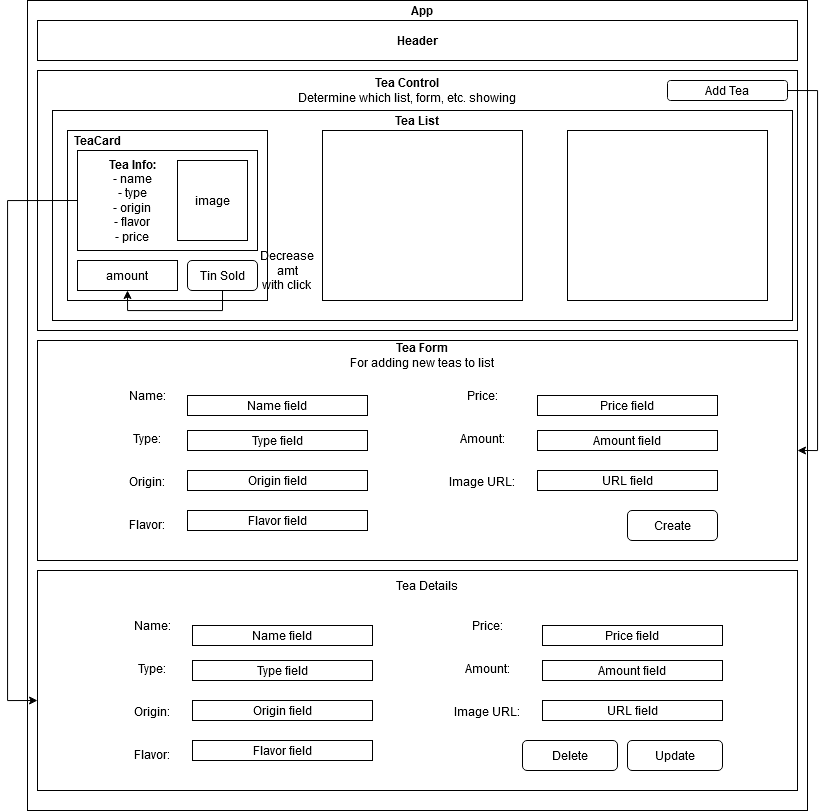
The draw.io diagram public/Component-Diagram.png in TSiu88/tea-distributor-redux, before a commit. Source tidied: cells renumbered, new cells last; positions are measured from the earlier drawing's top-left corner, leaving out a move shared by most shapes.
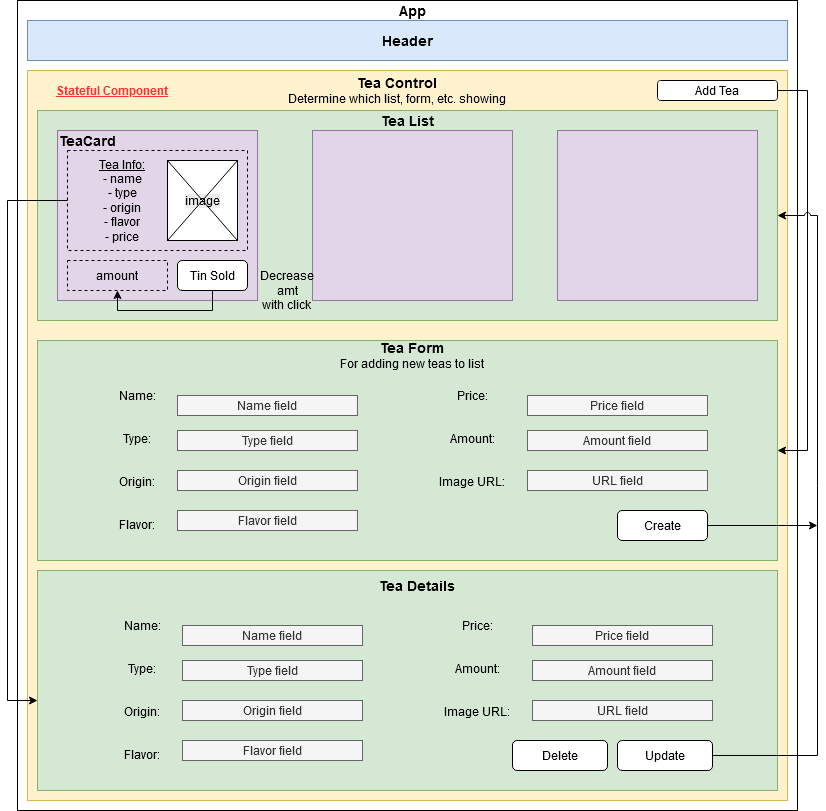
Above is the later version.

Commit message:
clone previous project to new repo, edit README, edit wireframe/component diagram

Change to the diagram source:
```diff
@@ -1,53 +1,35 @@
 <mxGraphModel>
   <root>
     <mxCell id="0" />
-    <mxCell id="1" value="Mid" parent="0" />
-    <mxCell id="2" style="edgeStyle=orthogonalEdgeStyle;rounded=0;jettySize=auto;html=1;exitX=0;exitY=0.5;exitDx=0;exitDy=0;entryX=0;entryY=0.591;entryDx=0;entryDy=0;entryPerimeter=0;" parent="1" edge="1" source="23" target="25">
-      <mxGeometry relative="1" as="geometry">
-        <Array as="points">
-          <mxPoint y="200" />
-          <mxPoint y="700" />
-        </Array>
-      </mxGeometry>
-    </mxCell>
-    <mxCell id="3" style="edgeStyle=orthogonalEdgeStyle;rounded=0;jettySize=auto;html=1;exitX=0.5;exitY=1;exitDx=0;exitDy=0;entryX=0.5;entryY=1;entryDx=0;entryDy=0;" parent="1" edge="1" source="22" target="21">
-      <mxGeometry relative="1" as="geometry" />
-    </mxCell>
-    <mxCell id="4" value="Text" style="text;html=1;strokeColor=none;fillColor=none;align=center;verticalAlign=middle;whiteSpace=wrap;rounded=0;" parent="1" vertex="1">
-      <mxGeometry x="220" y="470" width="40" height="20" as="geometry" />
-    </mxCell>
-    <mxCell id="5" value="&lt;div&gt;Decrease&lt;/div&gt;&lt;div&gt;amt&lt;/div&gt;&lt;div&gt;with click&lt;br&gt;&lt;/div&gt;" style="text;html=1;strokeColor=none;fillColor=none;align=center;verticalAlign=middle;whiteSpace=wrap;rounded=0;" parent="1" vertex="1">
-      <mxGeometry x="260" y="260" width="40" height="20" as="geometry" />
-    </mxCell>
     <mxCell id="6" parent="0" />
     <mxCell id="7" style="rounded=0;whiteSpace=wrap;html=1;fillColor=none;" parent="6" vertex="1">
       <mxGeometry x="20" width="780" height="810" as="geometry" />
     </mxCell>
-    <mxCell id="8" style="rounded=0;whiteSpace=wrap;html=1;fillColor=none;" parent="6" vertex="1">
-      <mxGeometry x="30" y="70" width="760" height="260" as="geometry" />
+    <mxCell id="8" style="rounded=0;whiteSpace=wrap;html=1;fillColor=#fff2cc;strokeColor=#d6b656;" parent="6" vertex="1">
+      <mxGeometry x="30" y="70" width="760" height="730" as="geometry" />
     </mxCell>
-    <mxCell id="9" style="rounded=0;whiteSpace=wrap;html=1;fillColor=none;" parent="6" vertex="1">
-      <mxGeometry x="45" y="110" width="740" height="210" as="geometry" />
+    <mxCell id="9" style="rounded=0;whiteSpace=wrap;html=1;fillColor=#d5e8d4;strokeColor=#82b366;" parent="6" vertex="1">
+      <mxGeometry x="40" y="110" width="740" height="210" as="geometry" />
     </mxCell>
-    <mxCell id="10" value="&lt;b&gt;Header&lt;/b&gt;" style="rounded=0;whiteSpace=wrap;html=1;" parent="6" vertex="1">
+    <mxCell id="10" value="&lt;b style=&quot;font-size: 14px;&quot;&gt;Header&lt;/b&gt;" style="rounded=0;whiteSpace=wrap;html=1;fillColor=#dae8fc;strokeColor=#6c8ebf;fontSize=14;" parent="6" vertex="1">
       <mxGeometry x="30" y="20" width="760" height="40" as="geometry" />
     </mxCell>
-    <mxCell id="11" value="App" style="text;html=1;strokeColor=none;fillColor=none;align=center;verticalAlign=middle;whiteSpace=wrap;rounded=0;fontStyle=1;" parent="6" vertex="1">
+    <mxCell id="11" value="App" style="text;html=1;strokeColor=none;fillColor=none;align=center;verticalAlign=middle;whiteSpace=wrap;rounded=0;fontStyle=1;fontSize=14;" parent="6" vertex="1">
       <mxGeometry x="395" width="40" height="20" as="geometry" />
     </mxCell>
-    <mxCell id="12" style="rounded=0;whiteSpace=wrap;html=1;fillColor=none;" parent="6" vertex="1">
+    <mxCell id="12" style="rounded=0;whiteSpace=wrap;html=1;fillColor=#e1d5e7;strokeColor=#9673a6;" parent="6" vertex="1">
       <mxGeometry x="60" y="130" width="200" height="170" as="geometry" />
     </mxCell>
-    <mxCell id="13" value="&lt;div&gt;&lt;b&gt;Tea Control&lt;/b&gt;&lt;/div&gt;&lt;div&gt;Determine which list, form, etc. showing&lt;br&gt;&lt;b&gt;&lt;/b&gt;&lt;/div&gt;" style="text;html=1;strokeColor=none;fillColor=none;align=center;verticalAlign=middle;whiteSpace=wrap;rounded=0;" parent="6" vertex="1">
+    <mxCell id="13" value="&lt;div&gt;&lt;font size=&quot;1&quot;&gt;&lt;b style=&quot;font-size: 14px&quot;&gt;Tea Control&lt;/b&gt;&lt;/font&gt;&lt;/div&gt;&lt;div&gt;Determine which list, form, etc. showing&lt;br&gt;&lt;b&gt;&lt;/b&gt;&lt;/div&gt;" style="text;html=1;strokeColor=none;fillColor=none;align=center;verticalAlign=middle;whiteSpace=wrap;rounded=0;" parent="6" vertex="1">
       <mxGeometry x="240" y="70" width="320" height="40" as="geometry" />
     </mxCell>
-    <mxCell id="14" value="TeaCard" style="text;html=1;strokeColor=none;fillColor=none;align=center;verticalAlign=middle;whiteSpace=wrap;rounded=0;fontStyle=1;" parent="6" vertex="1">
+    <mxCell id="14" value="TeaCard" style="text;html=1;strokeColor=none;fillColor=none;align=center;verticalAlign=middle;whiteSpace=wrap;rounded=0;fontStyle=1;fontSize=14;" parent="6" vertex="1">
       <mxGeometry x="70" y="130" width="40" height="20" as="geometry" />
     </mxCell>
-    <mxCell id="15" style="rounded=0;whiteSpace=wrap;html=1;" parent="6" vertex="1">
+    <mxCell id="15" style="rounded=0;whiteSpace=wrap;html=1;fillColor=#e1d5e7;strokeColor=#9673a6;" parent="6" vertex="1">
       <mxGeometry x="315" y="130" width="200" height="170" as="geometry" />
     </mxCell>
-    <mxCell id="16" style="rounded=0;whiteSpace=wrap;html=1;" parent="6" vertex="1">
+    <mxCell id="16" style="rounded=0;whiteSpace=wrap;html=1;fillColor=#e1d5e7;strokeColor=#9673a6;" parent="6" vertex="1">
       <mxGeometry x="560" y="130" width="200" height="170" as="geometry" />
     </mxCell>
     <mxCell id="17" style="edgeStyle=orthogonalEdgeStyle;rounded=0;jettySize=auto;html=1;exitX=1;exitY=0.5;exitDx=0;exitDy=0;entryX=1;entryY=0.5;entryDx=0;entryDy=0;" parent="6" edge="1" source="18" target="24">
@@ -61,98 +43,132 @@
     <mxCell id="18" value="Add Tea" style="rounded=1;whiteSpace=wrap;html=1;" parent="6" vertex="1">
       <mxGeometry x="660" y="80" width="120" height="20" as="geometry" />
     </mxCell>
-    <mxCell id="19" value="&lt;div&gt;&lt;b&gt;Tea Info:&lt;/b&gt;&lt;/div&gt;&lt;div&gt;- name&lt;/div&gt;&lt;div&gt;- type&lt;/div&gt;&lt;div&gt;- origin&lt;/div&gt;&lt;div&gt;- flavor&lt;br&gt;&lt;/div&gt;&lt;div&gt;- price&lt;br&gt;&lt;/div&gt;" style="text;html=1;strokeColor=none;fillColor=none;align=center;verticalAlign=middle;whiteSpace=wrap;rounded=0;" parent="6" vertex="1">
+    <mxCell id="19" value="&lt;div&gt;&lt;u&gt;Tea Info:&lt;/u&gt;&lt;/div&gt;&lt;div&gt;- name&lt;/div&gt;&lt;div&gt;- type&lt;/div&gt;&lt;div&gt;- origin&lt;/div&gt;&lt;div&gt;- flavor&lt;br&gt;&lt;/div&gt;&lt;div&gt;- price&lt;br&gt;&lt;/div&gt;" style="text;html=1;strokeColor=none;fillColor=none;align=center;verticalAlign=middle;whiteSpace=wrap;rounded=0;" parent="6" vertex="1">
       <mxGeometry x="80" y="160" width="90" height="80" as="geometry" />
     </mxCell>
-    <mxCell id="20" value="image" style="rounded=0;whiteSpace=wrap;html=1;" parent="6" vertex="1">
+    <mxCell id="20" value="&lt;span style=&quot;background-color: rgb(237 , 237 , 237)&quot;&gt;image&lt;/span&gt;" style="rounded=0;whiteSpace=wrap;html=1;gradientColor=none;" parent="6" vertex="1">
       <mxGeometry x="170" y="160" width="70" height="80" as="geometry" />
     </mxCell>
-    <mxCell id="21" value="amount" style="rounded=0;whiteSpace=wrap;html=1;" parent="6" vertex="1">
+    <mxCell id="21" value="amount" style="rounded=0;whiteSpace=wrap;html=1;fillColor=#e1d5e7;strokeColor=#000000;dashed=1;" parent="6" vertex="1">
       <mxGeometry x="70" y="260" width="100" height="30" as="geometry" />
     </mxCell>
     <mxCell id="22" value="Tin Sold " style="rounded=1;whiteSpace=wrap;html=1;" parent="6" vertex="1">
       <mxGeometry x="180" y="260" width="70" height="30" as="geometry" />
     </mxCell>
-    <mxCell id="23" style="rounded=0;whiteSpace=wrap;html=1;fillColor=none;" parent="6" vertex="1">
+    <mxCell id="23" style="rounded=0;whiteSpace=wrap;html=1;fillColor=none;dashed=1;" parent="6" vertex="1">
       <mxGeometry x="70" y="150" width="180" height="100" as="geometry" />
     </mxCell>
-    <mxCell id="24" style="rounded=0;whiteSpace=wrap;html=1;" parent="6" vertex="1">
-      <mxGeometry x="30" y="340" width="760" height="220" as="geometry" />
+    <mxCell id="24" style="rounded=0;whiteSpace=wrap;html=1;fillColor=#d5e8d4;strokeColor=#82b366;" parent="6" vertex="1">
+      <mxGeometry x="40" y="340" width="740" height="220" as="geometry" />
     </mxCell>
-    <mxCell id="25" style="rounded=0;whiteSpace=wrap;html=1;" parent="6" vertex="1">
-      <mxGeometry x="30" y="570" width="760" height="220" as="geometry" />
+    <mxCell id="25" style="rounded=0;whiteSpace=wrap;html=1;fillColor=#d5e8d4;strokeColor=#82b366;" parent="6" vertex="1">
+      <mxGeometry x="40" y="570" width="740" height="220" as="geometry" />
     </mxCell>
-    <mxCell id="26" value="&lt;div&gt;&lt;b&gt;Tea Form&lt;/b&gt;&lt;/div&gt;&lt;div&gt;For adding new teas to list&lt;br&gt;&lt;/div&gt;" style="text;html=1;strokeColor=none;fillColor=none;align=center;verticalAlign=middle;whiteSpace=wrap;rounded=0;" parent="6" vertex="1">
+    <mxCell id="26" value="&lt;div&gt;&lt;font size=&quot;1&quot;&gt;&lt;b style=&quot;font-size: 14px&quot;&gt;Tea Form&lt;/b&gt;&lt;/font&gt;&lt;/div&gt;&lt;div&gt;For adding new teas to list&lt;br&gt;&lt;/div&gt;" style="text;html=1;strokeColor=none;fillColor=none;align=center;verticalAlign=middle;whiteSpace=wrap;rounded=0;" parent="6" vertex="1">
       <mxGeometry x="340" y="340" width="150" height="30" as="geometry" />
     </mxCell>
-    <mxCell id="27" value="&lt;b&gt;Tea List&lt;/b&gt;" style="text;html=1;strokeColor=none;fillColor=none;align=center;verticalAlign=middle;whiteSpace=wrap;rounded=0;" parent="6" vertex="1">
+    <mxCell id="27" value="&lt;b style=&quot;font-size: 14px;&quot;&gt;Tea List&lt;/b&gt;" style="text;html=1;strokeColor=none;fillColor=none;align=center;verticalAlign=middle;whiteSpace=wrap;rounded=0;fontSize=14;" parent="6" vertex="1">
       <mxGeometry x="360" y="110" width="100" height="20" as="geometry" />
     </mxCell>
     <mxCell id="28" value="&lt;div align=&quot;center&quot;&gt;Name:&lt;/div&gt;&lt;div align=&quot;center&quot;&gt;&lt;br&gt;&lt;/div&gt;&lt;div align=&quot;center&quot;&gt;&lt;br&gt;&lt;/div&gt;&lt;div align=&quot;center&quot;&gt;Type:&lt;/div&gt;&lt;div align=&quot;center&quot;&gt;&lt;br&gt;&lt;/div&gt;&lt;div align=&quot;center&quot;&gt;&lt;br&gt;&lt;/div&gt;&lt;div align=&quot;center&quot;&gt;Origin:&lt;/div&gt;&lt;div align=&quot;center&quot;&gt;&lt;br&gt;&lt;/div&gt;&lt;div align=&quot;center&quot;&gt;&lt;br&gt;&lt;/div&gt;&lt;div align=&quot;center&quot;&gt;Flavor:&lt;/div&gt;" style="text;html=1;strokeColor=none;fillColor=none;align=center;verticalAlign=middle;whiteSpace=wrap;rounded=0;" parent="6" vertex="1">
       <mxGeometry x="80" y="380" width="120" height="160" as="geometry" />
     </mxCell>
-    <mxCell id="29" value="Name field" style="rounded=0;whiteSpace=wrap;html=1;fillColor=none;" parent="6" vertex="1">
+    <mxCell id="29" value="Name field" style="rounded=0;whiteSpace=wrap;html=1;fillColor=#f5f5f5;strokeColor=#666666;fontColor=#333333;" parent="6" vertex="1">
       <mxGeometry x="180" y="395" width="180" height="20" as="geometry" />
     </mxCell>
-    <mxCell id="30" value="Type field" style="rounded=0;whiteSpace=wrap;html=1;fillColor=none;" parent="6" vertex="1">
+    <mxCell id="30" value="Type field" style="rounded=0;whiteSpace=wrap;html=1;fillColor=#f5f5f5;strokeColor=#666666;fontColor=#333333;" parent="6" vertex="1">
       <mxGeometry x="180" y="430" width="180" height="20" as="geometry" />
     </mxCell>
-    <mxCell id="31" value="Origin field" style="rounded=0;whiteSpace=wrap;html=1;fillColor=none;" parent="6" vertex="1">
+    <mxCell id="31" value="Origin field" style="rounded=0;whiteSpace=wrap;html=1;fillColor=#f5f5f5;strokeColor=#666666;fontColor=#333333;" parent="6" vertex="1">
       <mxGeometry x="180" y="470" width="180" height="20" as="geometry" />
     </mxCell>
-    <mxCell id="32" value="Flavor field" style="rounded=0;whiteSpace=wrap;html=1;fillColor=none;" parent="6" vertex="1">
+    <mxCell id="32" value="Flavor field" style="rounded=0;whiteSpace=wrap;html=1;fillColor=#f5f5f5;strokeColor=#666666;fontColor=#333333;" parent="6" vertex="1">
       <mxGeometry x="180" y="510" width="180" height="20" as="geometry" />
     </mxCell>
     <mxCell id="33" value="&lt;div align=&quot;center&quot;&gt;Price:&lt;/div&gt;&lt;div align=&quot;center&quot;&gt;&lt;br&gt;&lt;/div&gt;&lt;div align=&quot;center&quot;&gt;&lt;br&gt;&lt;/div&gt;&lt;div align=&quot;center&quot;&gt;Amount:&lt;/div&gt;&lt;div align=&quot;center&quot;&gt;&lt;br&gt;&lt;/div&gt;&lt;div align=&quot;center&quot;&gt;&lt;br&gt;&lt;/div&gt;&lt;div align=&quot;center&quot;&gt;Image URL:&lt;/div&gt;&lt;div align=&quot;center&quot;&gt;&lt;br&gt;&lt;/div&gt;&lt;div align=&quot;center&quot;&gt;&lt;br&gt;&lt;/div&gt;&lt;div align=&quot;center&quot;&gt;&lt;br&gt;&lt;/div&gt;" style="text;html=1;strokeColor=none;fillColor=none;align=center;verticalAlign=middle;whiteSpace=wrap;rounded=0;" parent="6" vertex="1">
       <mxGeometry x="415" y="380" width="120" height="160" as="geometry" />
     </mxCell>
-    <mxCell id="34" value="Price field" style="rounded=0;whiteSpace=wrap;html=1;fillColor=none;" parent="6" vertex="1">
+    <mxCell id="34" value="Price field" style="rounded=0;whiteSpace=wrap;html=1;fillColor=#f5f5f5;strokeColor=#666666;fontColor=#333333;" parent="6" vertex="1">
       <mxGeometry x="530" y="395" width="180" height="20" as="geometry" />
     </mxCell>
-    <mxCell id="35" value="Amount field" style="rounded=0;whiteSpace=wrap;html=1;fillColor=none;" parent="6" vertex="1">
+    <mxCell id="35" value="Amount field" style="rounded=0;whiteSpace=wrap;html=1;fillColor=#f5f5f5;strokeColor=#666666;fontColor=#333333;" parent="6" vertex="1">
       <mxGeometry x="530" y="430" width="180" height="20" as="geometry" />
     </mxCell>
-    <mxCell id="36" value="URL field" style="rounded=0;whiteSpace=wrap;html=1;fillColor=none;" parent="6" vertex="1">
+    <mxCell id="36" value="URL field" style="rounded=0;whiteSpace=wrap;html=1;fillColor=#f5f5f5;strokeColor=#666666;fontColor=#333333;" parent="6" vertex="1">
       <mxGeometry x="530" y="470" width="180" height="20" as="geometry" />
     </mxCell>
-    <mxCell id="37" value="Create" style="rounded=1;whiteSpace=wrap;html=1;fillColor=none;" parent="6" vertex="1">
+    <mxCell id="37" value="Create" style="rounded=1;whiteSpace=wrap;html=1;fillColor=#ffffff;labelBackgroundColor=none;" parent="6" vertex="1">
       <mxGeometry x="620" y="510" width="90" height="30" as="geometry" />
     </mxCell>
-    <mxCell id="38" value="Tea Details" style="text;html=1;strokeColor=none;fillColor=none;align=center;verticalAlign=middle;whiteSpace=wrap;rounded=0;" parent="6" vertex="1">
+    <mxCell id="38" value="Tea Details" style="text;html=1;strokeColor=none;fillColor=none;align=center;verticalAlign=middle;whiteSpace=wrap;rounded=0;fontStyle=1;fontSize=14;" parent="6" vertex="1">
       <mxGeometry x="345" y="570" width="150" height="30" as="geometry" />
     </mxCell>
     <mxCell id="39" value="&lt;div align=&quot;center&quot;&gt;Name:&lt;/div&gt;&lt;div align=&quot;center&quot;&gt;&lt;br&gt;&lt;/div&gt;&lt;div align=&quot;center&quot;&gt;&lt;br&gt;&lt;/div&gt;&lt;div align=&quot;center&quot;&gt;Type:&lt;/div&gt;&lt;div align=&quot;center&quot;&gt;&lt;br&gt;&lt;/div&gt;&lt;div align=&quot;center&quot;&gt;&lt;br&gt;&lt;/div&gt;&lt;div align=&quot;center&quot;&gt;Origin:&lt;/div&gt;&lt;div align=&quot;center&quot;&gt;&lt;br&gt;&lt;/div&gt;&lt;div align=&quot;center&quot;&gt;&lt;br&gt;&lt;/div&gt;&lt;div align=&quot;center&quot;&gt;Flavor:&lt;/div&gt;" style="text;html=1;strokeColor=none;fillColor=none;align=center;verticalAlign=middle;whiteSpace=wrap;rounded=0;" parent="6" vertex="1">
       <mxGeometry x="85" y="610" width="120" height="160" as="geometry" />
     </mxCell>
-    <mxCell id="40" value="Name field" style="rounded=0;whiteSpace=wrap;html=1;fillColor=none;" parent="6" vertex="1">
+    <mxCell id="40" value="Name field" style="rounded=0;whiteSpace=wrap;html=1;fillColor=#f5f5f5;strokeColor=#666666;fontColor=#333333;" parent="6" vertex="1">
       <mxGeometry x="185" y="625" width="180" height="20" as="geometry" />
     </mxCell>
-    <mxCell id="41" value="Type field" style="rounded=0;whiteSpace=wrap;html=1;fillColor=none;" parent="6" vertex="1">
+    <mxCell id="41" value="Type field" style="rounded=0;whiteSpace=wrap;html=1;fillColor=#f5f5f5;strokeColor=#666666;fontColor=#333333;" parent="6" vertex="1">
       <mxGeometry x="185" y="660" width="180" height="20" as="geometry" />
     </mxCell>
-    <mxCell id="42" value="Origin field" style="rounded=0;whiteSpace=wrap;html=1;fillColor=none;" parent="6" vertex="1">
+    <mxCell id="42" value="Origin field" style="rounded=0;whiteSpace=wrap;html=1;fillColor=#f5f5f5;strokeColor=#666666;fontColor=#333333;" parent="6" vertex="1">
       <mxGeometry x="185" y="700" width="180" height="20" as="geometry" />
     </mxCell>
-    <mxCell id="43" value="Flavor field" style="rounded=0;whiteSpace=wrap;html=1;fillColor=none;" parent="6" vertex="1">
+    <mxCell id="43" value="Flavor field" style="rounded=0;whiteSpace=wrap;html=1;fillColor=#f5f5f5;strokeColor=#666666;fontColor=#333333;" parent="6" vertex="1">
       <mxGeometry x="185" y="740" width="180" height="20" as="geometry" />
     </mxCell>
     <mxCell id="44" value="&lt;div align=&quot;center&quot;&gt;Price:&lt;/div&gt;&lt;div align=&quot;center&quot;&gt;&lt;br&gt;&lt;/div&gt;&lt;div align=&quot;center&quot;&gt;&lt;br&gt;&lt;/div&gt;&lt;div align=&quot;center&quot;&gt;Amount:&lt;/div&gt;&lt;div align=&quot;center&quot;&gt;&lt;br&gt;&lt;/div&gt;&lt;div align=&quot;center&quot;&gt;&lt;br&gt;&lt;/div&gt;&lt;div align=&quot;center&quot;&gt;Image URL:&lt;/div&gt;&lt;div align=&quot;center&quot;&gt;&lt;br&gt;&lt;/div&gt;&lt;div align=&quot;center&quot;&gt;&lt;br&gt;&lt;/div&gt;&lt;div align=&quot;center&quot;&gt;&lt;br&gt;&lt;/div&gt;" style="text;html=1;strokeColor=none;fillColor=none;align=center;verticalAlign=middle;whiteSpace=wrap;rounded=0;" parent="6" vertex="1">
       <mxGeometry x="420" y="610" width="120" height="160" as="geometry" />
     </mxCell>
-    <mxCell id="45" value="Price field" style="rounded=0;whiteSpace=wrap;html=1;fillColor=none;" parent="6" vertex="1">
+    <mxCell id="45" value="Price field" style="rounded=0;whiteSpace=wrap;html=1;fillColor=#f5f5f5;strokeColor=#666666;fontColor=#333333;" parent="6" vertex="1">
       <mxGeometry x="535" y="625" width="180" height="20" as="geometry" />
     </mxCell>
-    <mxCell id="46" value="Amount field" style="rounded=0;whiteSpace=wrap;html=1;fillColor=none;" parent="6" vertex="1">
+    <mxCell id="46" value="Amount field" style="rounded=0;whiteSpace=wrap;html=1;fillColor=#f5f5f5;strokeColor=#666666;fontColor=#333333;" parent="6" vertex="1">
       <mxGeometry x="535" y="660" width="180" height="20" as="geometry" />
     </mxCell>
-    <mxCell id="47" value="URL field" style="rounded=0;whiteSpace=wrap;html=1;fillColor=none;" parent="6" vertex="1">
+    <mxCell id="47" value="URL field" style="rounded=0;whiteSpace=wrap;html=1;fillColor=#f5f5f5;strokeColor=#666666;fontColor=#333333;" parent="6" vertex="1">
       <mxGeometry x="535" y="700" width="180" height="20" as="geometry" />
     </mxCell>
-    <mxCell id="48" value="Update" style="rounded=1;whiteSpace=wrap;html=1;fillColor=none;" parent="6" vertex="1">
+    <mxCell id="48" value="Update" style="rounded=1;whiteSpace=wrap;html=1;fillColor=#ffffff;" parent="6" vertex="1">
       <mxGeometry x="620" y="740" width="95" height="30" as="geometry" />
     </mxCell>
-    <mxCell id="49" value="Delete" style="rounded=1;whiteSpace=wrap;html=1;fillColor=none;" parent="6" vertex="1">
+    <mxCell id="49" value="Delete" style="rounded=1;whiteSpace=wrap;html=1;fillColor=#ffffff;" parent="6" vertex="1">
       <mxGeometry x="515" y="740" width="95" height="30" as="geometry" />
     </mxCell>
+    <mxCell id="1" value="Mid" parent="0" />
+    <mxCell id="2" style="edgeStyle=orthogonalEdgeStyle;rounded=0;jettySize=auto;html=1;exitX=0;exitY=0.5;exitDx=0;exitDy=0;entryX=0;entryY=0.591;entryDx=0;entryDy=0;entryPerimeter=0;" parent="1" edge="1" source="23" target="25">
+      <mxGeometry relative="1" as="geometry">
+        <Array as="points">
+          <mxPoint x="10" y="200" />
+          <mxPoint x="10" y="700" />
+        </Array>
+      </mxGeometry>
+    </mxCell>
+    <mxCell id="3" style="edgeStyle=orthogonalEdgeStyle;rounded=0;jettySize=auto;html=1;exitX=0.5;exitY=1;exitDx=0;exitDy=0;entryX=0.5;entryY=1;entryDx=0;entryDy=0;" parent="1" edge="1" source="22" target="21">
+      <mxGeometry relative="1" as="geometry" />
+    </mxCell>
+    <mxCell id="5" value="&lt;div&gt;Decrease&lt;/div&gt;&lt;div&gt;amt&lt;/div&gt;&lt;div&gt;with click&lt;br&gt;&lt;/div&gt;" style="text;html=1;strokeColor=none;fillColor=none;align=center;verticalAlign=middle;whiteSpace=wrap;rounded=0;" parent="1" vertex="1">
+      <mxGeometry x="270" y="280" width="40" height="20" as="geometry" />
+    </mxCell>
+    <mxCell id="50" style="edgeStyle=orthogonalEdgeStyle;rounded=0;jettySize=auto;html=1;exitX=1;exitY=0.5;exitDx=0;exitDy=0;entryX=1;entryY=0.5;entryDx=0;entryDy=0;jumpStyle=arc;" parent="1" edge="1" source="48" target="9">
+      <mxGeometry relative="1" as="geometry">
+        <Array as="points">
+          <mxPoint x="820" y="755" />
+          <mxPoint x="820" y="215" />
+        </Array>
+      </mxGeometry>
+    </mxCell>
+    <mxCell id="51" style="edgeStyle=orthogonalEdgeStyle;rounded=0;jumpStyle=arc;jettySize=auto;html=1;exitX=1;exitY=0.5;exitDx=0;exitDy=0;" parent="1" edge="1" source="37">
+      <mxGeometry relative="1" as="geometry">
+        <mxPoint x="820" y="525" as="targetPoint" />
+      </mxGeometry>
+    </mxCell>
+    <mxCell id="52" value="Stateful Component" style="text;html=1;strokeColor=none;fillColor=none;align=center;verticalAlign=middle;whiteSpace=wrap;rounded=0;labelBackgroundColor=none;fontColor=#FF3333;fontStyle=5;" parent="1" vertex="1">
+      <mxGeometry x="50" y="80" width="130" height="20" as="geometry" />
+    </mxCell>
+    <mxCell id="53" style="shape=collate;whiteSpace=wrap;html=1;labelBackgroundColor=none;gradientColor=none;fontColor=#FF3333;fillColor=none;" parent="1" vertex="1">
+      <mxGeometry x="170" y="160" width="70" height="80" as="geometry" />
+    </mxCell>
   </root>
 </mxGraphModel>
```
